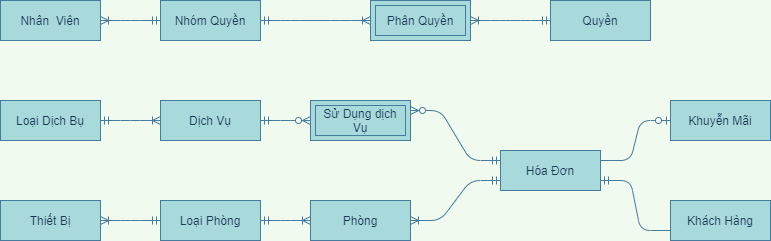
Above: EntityRelationship-QLKS.png in maialino123/QLKS (draw.io), before the change. Source tidied: cells renumbered, new cells last; positions are measured from the earlier drawing's top-left corner, leaving out a move shared by most shapes.
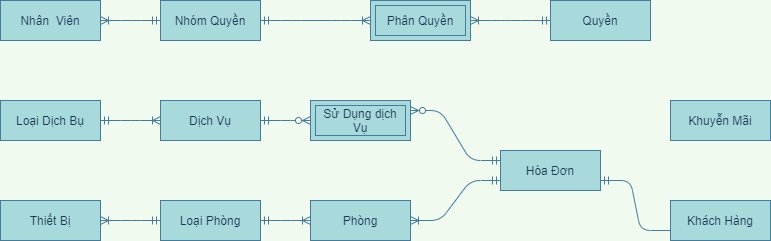
After the commit.

The edit, as a diff of the source:
```diff
@@ -5,9 +5,6 @@
     <mxCell id="2" style="edgeStyle=entityRelationEdgeStyle;fontSize=12;html=1;endArrow=ERoneToMany;startArrow=ERmandOne;strokeColor=#457B9D;fillColor=#A8DADC;fontColor=#1D3557;exitX=1;exitY=0.5;exitDx=0;exitDy=0;entryX=0;entryY=0.5;entryDx=0;entryDy=0;labelBackgroundColor=#F1FAEE;" parent="1" edge="1" source="19" target="20">
       <mxGeometry relative="1" as="geometry" />
     </mxCell>
-    <mxCell id="3" style="edgeStyle=entityRelationEdgeStyle;fontSize=12;html=1;endArrow=ERzeroToOne;endFill=1;strokeColor=#457B9D;fillColor=#A8DADC;fontColor=#1D3557;entryX=0;entryY=0.5;entryDx=0;entryDy=0;exitX=1;exitY=0.25;exitDx=0;exitDy=0;labelBackgroundColor=#F1FAEE;" parent="1" edge="1" source="22" target="17">
-      <mxGeometry relative="1" as="geometry" />
-    </mxCell>
     <mxCell id="4" style="edgeStyle=entityRelationEdgeStyle;fontSize=12;html=1;endArrow=ERoneToMany;startArrow=ERmandOne;strokeColor=#457B9D;fillColor=#A8DADC;fontColor=#1D3557;entryX=1;entryY=0.5;entryDx=0;entryDy=0;exitX=0;exitY=0.5;exitDx=0;exitDy=0;labelBackgroundColor=#F1FAEE;" parent="1" edge="1" source="19" target="18">
       <mxGeometry relative="1" as="geometry" />
     </mxCell>
```
